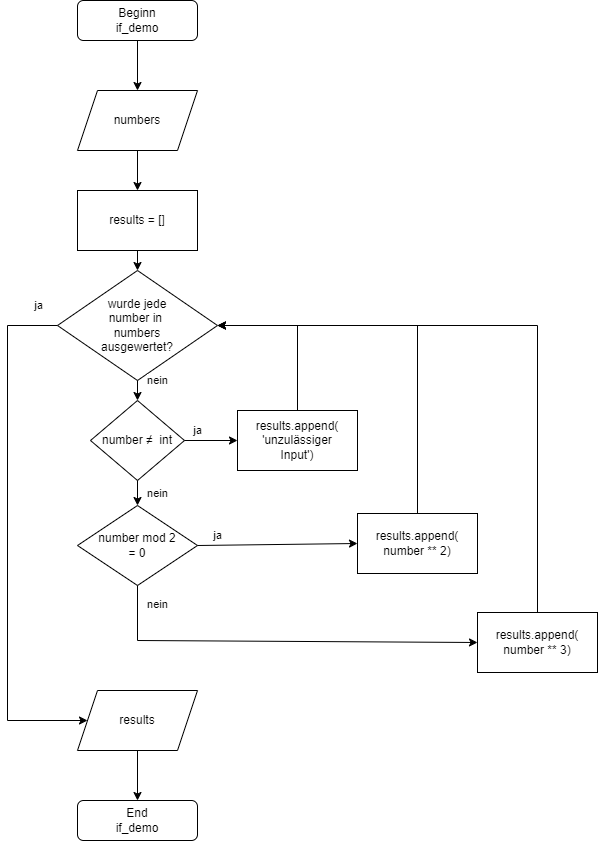
Above: docs/Flow_Chart.png in Jacques-Mock-Schindler/Studienleistung1 (draw.io), before the change. Source tidied: cells renumbered, new cells last; positions are measured from the earlier drawing's top-left corner, leaving out a move shared by most shapes. The source it was exported from:
```xml
<mxGraphModel>
  <root>
    <mxCell id="0" />
    <mxCell id="1" parent="0" />
    <mxCell id="2" value="Beginn&lt;br&gt;if_demo" style="rounded=1;whiteSpace=wrap;html=1;fontSize=12;glass=0;strokeWidth=1;shadow=0;" parent="1" vertex="1">
      <mxGeometry x="70" width="120" height="40" as="geometry" />
    </mxCell>
    <mxCell id="3" value="numbers" style="shape=parallelogram;perimeter=parallelogramPerimeter;whiteSpace=wrap;html=1;fixedSize=1;" parent="1" vertex="1">
      <mxGeometry x="70" y="90" width="120" height="60" as="geometry" />
    </mxCell>
    <mxCell id="4" value="results = []" style="rounded=0;whiteSpace=wrap;html=1;" parent="1" vertex="1">
      <mxGeometry x="70" y="190" width="120" height="60" as="geometry" />
    </mxCell>
    <mxCell id="5" value="number&amp;nbsp;≠ &amp;nbsp;int" style="rhombus;whiteSpace=wrap;html=1;" parent="1" vertex="1">
      <mxGeometry x="83" y="400" width="94" height="80" as="geometry" />
    </mxCell>
    <mxCell id="6" value="number mod 2&lt;br&gt;= 0" style="rhombus;whiteSpace=wrap;html=1;" parent="1" vertex="1">
      <mxGeometry x="70" y="505" width="120" height="80" as="geometry" />
    </mxCell>
    <mxCell id="7" value="results.append(&lt;br&gt;number ** 2)" style="rounded=0;whiteSpace=wrap;html=1;" parent="1" vertex="1">
      <mxGeometry x="350" y="513" width="120" height="60" as="geometry" />
    </mxCell>
    <mxCell id="8" value="results.append(&lt;br&gt;number ** 3)" style="rounded=0;whiteSpace=wrap;html=1;" parent="1" vertex="1">
      <mxGeometry x="470" y="612" width="120" height="60" as="geometry" />
    </mxCell>
    <mxCell id="9" value="wurde jede&lt;br&gt;number in&amp;nbsp;&lt;br&gt;numbers&lt;br&gt;ausgewertet?" style="rhombus;whiteSpace=wrap;html=1;" parent="1" vertex="1">
      <mxGeometry x="50" y="270" width="160" height="110" as="geometry" />
    </mxCell>
    <mxCell id="10" value="results" style="shape=parallelogram;perimeter=parallelogramPerimeter;whiteSpace=wrap;html=1;fixedSize=1;" parent="1" vertex="1">
      <mxGeometry x="70" y="690" width="120" height="60" as="geometry" />
    </mxCell>
    <mxCell id="11" value="End&lt;br&gt;if_demo" style="rounded=1;whiteSpace=wrap;html=1;fontSize=12;glass=0;strokeWidth=1;shadow=0;" parent="1" vertex="1">
      <mxGeometry x="70" y="800" width="120" height="40" as="geometry" />
    </mxCell>
    <mxCell id="12" style="endArrow=classic;html=1;rounded=0;exitX=0.5;exitY=1;exitDx=0;exitDy=0;entryX=0.5;entryY=0;entryDx=0;entryDy=0;" parent="1" edge="1" source="2" target="3">
      <mxGeometry relative="1" as="geometry" />
    </mxCell>
    <mxCell id="13" style="endArrow=classic;html=1;rounded=0;entryX=0.5;entryY=0;entryDx=0;entryDy=0;exitX=0.5;exitY=1;exitDx=0;exitDy=0;" parent="1" edge="1" source="3" target="4">
      <mxGeometry relative="1" as="geometry" />
    </mxCell>
    <mxCell id="14" style="endArrow=classic;html=1;rounded=0;exitX=0.5;exitY=1;exitDx=0;exitDy=0;entryX=0.5;entryY=0;entryDx=0;entryDy=0;" parent="1" edge="1" source="4" target="9">
      <mxGeometry relative="1" as="geometry" />
    </mxCell>
    <mxCell id="15" value="nein" style="endArrow=classic;html=1;rounded=0;exitX=0.5;exitY=1;exitDx=0;exitDy=0;entryX=0.5;entryY=0;entryDx=0;entryDy=0;" parent="1" edge="1" source="9" target="5">
      <mxGeometry x="-1" y="20" relative="1" as="geometry" />
    </mxCell>
    <mxCell id="16" value="nein" style="endArrow=classic;html=1;rounded=0;exitX=0.5;exitY=1;exitDx=0;exitDy=0;entryX=0.5;entryY=0;entryDx=0;entryDy=0;" parent="1" edge="1" source="5" target="6">
      <mxGeometry y="20" relative="1" as="geometry" />
    </mxCell>
    <mxCell id="17" value="nein" style="endArrow=classic;html=1;rounded=0;exitX=0.5;exitY=1;exitDx=0;exitDy=0;entryX=0;entryY=0.5;entryDx=0;entryDy=0;" parent="1" edge="1" source="6" target="8">
      <mxGeometry x="-0.9" y="20" relative="1" as="geometry">
        <Array as="points">
          <mxPoint x="130" y="640" />
        </Array>
      </mxGeometry>
    </mxCell>
    <mxCell id="18" style="endArrow=classic;html=1;rounded=0;exitX=0.5;exitY=1;exitDx=0;exitDy=0;entryX=0.5;entryY=0;entryDx=0;entryDy=0;" parent="1" edge="1" source="10" target="11">
      <mxGeometry relative="1" as="geometry" />
    </mxCell>
    <mxCell id="19" value="results.append(&lt;br&gt;'unzulässiger&lt;br&gt;Input')" style="rounded=0;whiteSpace=wrap;html=1;" parent="1" vertex="1">
      <mxGeometry x="230" y="410" width="120" height="60" as="geometry" />
    </mxCell>
    <mxCell id="20" value="ja" style="endArrow=classic;html=1;rounded=0;exitX=1;exitY=0.5;exitDx=0;exitDy=0;entryX=0;entryY=0.5;entryDx=0;entryDy=0;" parent="1" edge="1" source="5" target="19">
      <mxGeometry x="-0.51" y="10" relative="1" as="geometry" />
    </mxCell>
    <mxCell id="21" value="ja" style="endArrow=classic;html=1;rounded=0;exitX=1;exitY=0.5;exitDx=0;exitDy=0;entryX=0;entryY=0.5;entryDx=0;entryDy=0;" parent="1" edge="1" source="6" target="7">
      <mxGeometry x="-0.75" y="10" relative="1" as="geometry" />
    </mxCell>
    <mxCell id="22" style="endArrow=classic;html=1;rounded=0;exitX=0.5;exitY=0;exitDx=0;exitDy=0;entryX=1;entryY=0.5;entryDx=0;entryDy=0;" parent="1" edge="1" source="19" target="9">
      <mxGeometry relative="1" as="geometry">
        <Array as="points">
          <mxPoint x="290" y="325" />
        </Array>
      </mxGeometry>
    </mxCell>
    <mxCell id="23" style="endArrow=classic;html=1;rounded=0;exitX=0.5;exitY=0;exitDx=0;exitDy=0;entryX=1;entryY=0.5;entryDx=0;entryDy=0;" parent="1" edge="1" source="7" target="9">
      <mxGeometry relative="1" as="geometry">
        <Array as="points">
          <mxPoint x="410" y="325" />
        </Array>
      </mxGeometry>
    </mxCell>
    <mxCell id="24" value="ja" style="endArrow=classic;html=1;rounded=0;entryX=0;entryY=0.5;entryDx=0;entryDy=0;exitX=0;exitY=0.5;exitDx=0;exitDy=0;" parent="1" edge="1" source="9" target="10">
      <mxGeometry x="-0.93" y="-20" relative="1" as="geometry">
        <Array as="points">
          <mxPoint y="325" />
          <mxPoint y="720" />
        </Array>
      </mxGeometry>
    </mxCell>
    <mxCell id="25" style="endArrow=classic;html=1;rounded=0;exitX=0.5;exitY=0;exitDx=0;exitDy=0;entryX=1;entryY=0.5;entryDx=0;entryDy=0;" parent="1" edge="1" source="8" target="9">
      <mxGeometry relative="1" as="geometry">
        <Array as="points">
          <mxPoint x="530" y="325" />
        </Array>
      </mxGeometry>
    </mxCell>
  </root>
</mxGraphModel>
```
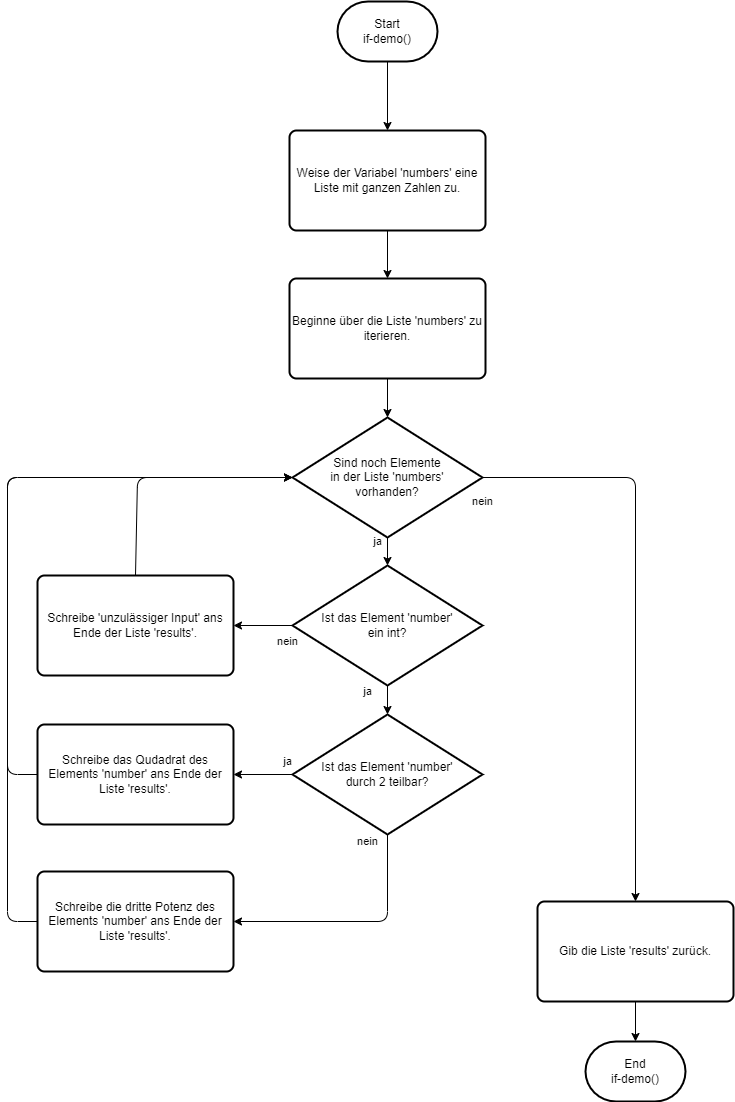
The same diagram one commit later.

What changed in the source:
```diff
@@ -1,99 +1,100 @@
 <mxGraphModel>
   <root>
-    <mxCell id="0" />
-    <mxCell id="1" parent="0" />
-    <mxCell id="2" value="Beginn&lt;br&gt;if_demo" style="rounded=1;whiteSpace=wrap;html=1;fontSize=12;glass=0;strokeWidth=1;shadow=0;" parent="1" vertex="1">
-      <mxGeometry x="70" width="120" height="40" as="geometry" />
-    </mxCell>
-    <mxCell id="3" value="numbers" style="shape=parallelogram;perimeter=parallelogramPerimeter;whiteSpace=wrap;html=1;fixedSize=1;" parent="1" vertex="1">
-      <mxGeometry x="70" y="90" width="120" height="60" as="geometry" />
-    </mxCell>
-    <mxCell id="4" value="results = []" style="rounded=0;whiteSpace=wrap;html=1;" parent="1" vertex="1">
-      <mxGeometry x="70" y="190" width="120" height="60" as="geometry" />
-    </mxCell>
-    <mxCell id="5" value="number&amp;nbsp;≠ &amp;nbsp;int" style="rhombus;whiteSpace=wrap;html=1;" parent="1" vertex="1">
-      <mxGeometry x="83" y="400" width="94" height="80" as="geometry" />
-    </mxCell>
-    <mxCell id="6" value="number mod 2&lt;br&gt;= 0" style="rhombus;whiteSpace=wrap;html=1;" parent="1" vertex="1">
-      <mxGeometry x="70" y="505" width="120" height="80" as="geometry" />
-    </mxCell>
-    <mxCell id="7" value="results.append(&lt;br&gt;number ** 2)" style="rounded=0;whiteSpace=wrap;html=1;" parent="1" vertex="1">
-      <mxGeometry x="350" y="513" width="120" height="60" as="geometry" />
-    </mxCell>
-    <mxCell id="8" value="results.append(&lt;br&gt;number ** 3)" style="rounded=0;whiteSpace=wrap;html=1;" parent="1" vertex="1">
-      <mxGeometry x="470" y="612" width="120" height="60" as="geometry" />
-    </mxCell>
-    <mxCell id="9" value="wurde jede&lt;br&gt;number in&amp;nbsp;&lt;br&gt;numbers&lt;br&gt;ausgewertet?" style="rhombus;whiteSpace=wrap;html=1;" parent="1" vertex="1">
-      <mxGeometry x="50" y="270" width="160" height="110" as="geometry" />
-    </mxCell>
-    <mxCell id="10" value="results" style="shape=parallelogram;perimeter=parallelogramPerimeter;whiteSpace=wrap;html=1;fixedSize=1;" parent="1" vertex="1">
-      <mxGeometry x="70" y="690" width="120" height="60" as="geometry" />
-    </mxCell>
-    <mxCell id="11" value="End&lt;br&gt;if_demo" style="rounded=1;whiteSpace=wrap;html=1;fontSize=12;glass=0;strokeWidth=1;shadow=0;" parent="1" vertex="1">
-      <mxGeometry x="70" y="800" width="120" height="40" as="geometry" />
-    </mxCell>
-    <mxCell id="12" style="endArrow=classic;html=1;rounded=0;exitX=0.5;exitY=1;exitDx=0;exitDy=0;entryX=0.5;entryY=0;entryDx=0;entryDy=0;" parent="1" edge="1" source="2" target="3">
-      <mxGeometry relative="1" as="geometry" />
-    </mxCell>
-    <mxCell id="13" style="endArrow=classic;html=1;rounded=0;entryX=0.5;entryY=0;entryDx=0;entryDy=0;exitX=0.5;exitY=1;exitDx=0;exitDy=0;" parent="1" edge="1" source="3" target="4">
-      <mxGeometry relative="1" as="geometry" />
-    </mxCell>
-    <mxCell id="14" style="endArrow=classic;html=1;rounded=0;exitX=0.5;exitY=1;exitDx=0;exitDy=0;entryX=0.5;entryY=0;entryDx=0;entryDy=0;" parent="1" edge="1" source="4" target="9">
-      <mxGeometry relative="1" as="geometry" />
-    </mxCell>
-    <mxCell id="15" value="nein" style="endArrow=classic;html=1;rounded=0;exitX=0.5;exitY=1;exitDx=0;exitDy=0;entryX=0.5;entryY=0;entryDx=0;entryDy=0;" parent="1" edge="1" source="9" target="5">
-      <mxGeometry x="-1" y="20" relative="1" as="geometry" />
-    </mxCell>
-    <mxCell id="16" value="nein" style="endArrow=classic;html=1;rounded=0;exitX=0.5;exitY=1;exitDx=0;exitDy=0;entryX=0.5;entryY=0;entryDx=0;entryDy=0;" parent="1" edge="1" source="5" target="6">
-      <mxGeometry y="20" relative="1" as="geometry" />
-    </mxCell>
-    <mxCell id="17" value="nein" style="endArrow=classic;html=1;rounded=0;exitX=0.5;exitY=1;exitDx=0;exitDy=0;entryX=0;entryY=0.5;entryDx=0;entryDy=0;" parent="1" edge="1" source="6" target="8">
-      <mxGeometry x="-0.9" y="20" relative="1" as="geometry">
-        <Array as="points">
-          <mxPoint x="130" y="640" />
-        </Array>
-      </mxGeometry>
-    </mxCell>
-    <mxCell id="18" style="endArrow=classic;html=1;rounded=0;exitX=0.5;exitY=1;exitDx=0;exitDy=0;entryX=0.5;entryY=0;entryDx=0;entryDy=0;" parent="1" edge="1" source="10" target="11">
-      <mxGeometry relative="1" as="geometry" />
-    </mxCell>
-    <mxCell id="19" value="results.append(&lt;br&gt;'unzulässiger&lt;br&gt;Input')" style="rounded=0;whiteSpace=wrap;html=1;" parent="1" vertex="1">
-      <mxGeometry x="230" y="410" width="120" height="60" as="geometry" />
-    </mxCell>
-    <mxCell id="20" value="ja" style="endArrow=classic;html=1;rounded=0;exitX=1;exitY=0.5;exitDx=0;exitDy=0;entryX=0;entryY=0.5;entryDx=0;entryDy=0;" parent="1" edge="1" source="5" target="19">
-      <mxGeometry x="-0.51" y="10" relative="1" as="geometry" />
-    </mxCell>
-    <mxCell id="21" value="ja" style="endArrow=classic;html=1;rounded=0;exitX=1;exitY=0.5;exitDx=0;exitDy=0;entryX=0;entryY=0.5;entryDx=0;entryDy=0;" parent="1" edge="1" source="6" target="7">
-      <mxGeometry x="-0.75" y="10" relative="1" as="geometry" />
-    </mxCell>
-    <mxCell id="22" style="endArrow=classic;html=1;rounded=0;exitX=0.5;exitY=0;exitDx=0;exitDy=0;entryX=1;entryY=0.5;entryDx=0;entryDy=0;" parent="1" edge="1" source="19" target="9">
-      <mxGeometry relative="1" as="geometry">
-        <Array as="points">
-          <mxPoint x="290" y="325" />
-        </Array>
-      </mxGeometry>
-    </mxCell>
-    <mxCell id="23" style="endArrow=classic;html=1;rounded=0;exitX=0.5;exitY=0;exitDx=0;exitDy=0;entryX=1;entryY=0.5;entryDx=0;entryDy=0;" parent="1" edge="1" source="7" target="9">
-      <mxGeometry relative="1" as="geometry">
-        <Array as="points">
-          <mxPoint x="410" y="325" />
-        </Array>
-      </mxGeometry>
-    </mxCell>
-    <mxCell id="24" value="ja" style="endArrow=classic;html=1;rounded=0;entryX=0;entryY=0.5;entryDx=0;entryDy=0;exitX=0;exitY=0.5;exitDx=0;exitDy=0;" parent="1" edge="1" source="9" target="10">
-      <mxGeometry x="-0.93" y="-20" relative="1" as="geometry">
-        <Array as="points">
-          <mxPoint y="325" />
-          <mxPoint y="720" />
-        </Array>
-      </mxGeometry>
-    </mxCell>
-    <mxCell id="25" style="endArrow=classic;html=1;rounded=0;exitX=0.5;exitY=0;exitDx=0;exitDy=0;entryX=1;entryY=0.5;entryDx=0;entryDy=0;" parent="1" edge="1" source="8" target="9">
-      <mxGeometry relative="1" as="geometry">
-        <Array as="points">
-          <mxPoint x="530" y="325" />
-        </Array>
-      </mxGeometry>
-    </mxCell>
+    <mxCell id="26" />
+    <mxCell id="27" parent="26" />
+    <mxCell id="28" value="Start&lt;br&gt;if-demo()" style="strokeWidth=2;html=1;shape=mxgraph.flowchart.terminator;whiteSpace=wrap;" parent="27" vertex="1">
+      <mxGeometry x="260" y="-30" width="100" height="60" as="geometry" />
+    </mxCell>
+    <mxCell id="29" value="Weise der Variabel 'numbers' eine Liste mit ganzen Zahlen zu." style="rounded=1;whiteSpace=wrap;html=1;absoluteArcSize=1;arcSize=14;strokeWidth=2;" parent="27" vertex="1">
+      <mxGeometry x="212" y="99" width="196" height="100" as="geometry" />
+    </mxCell>
+    <mxCell id="30" value="Beginne über die Liste 'numbers' zu iterieren." style="rounded=1;whiteSpace=wrap;html=1;absoluteArcSize=1;arcSize=14;strokeWidth=2;" parent="27" vertex="1">
+      <mxGeometry x="212" y="247" width="196" height="100" as="geometry" />
+    </mxCell>
+    <mxCell id="31" value="Sind noch Elemente&lt;br&gt;in der Liste 'numbers'&lt;br&gt;vorhanden?" style="strokeWidth=2;html=1;shape=mxgraph.flowchart.decision;whiteSpace=wrap;" parent="27" vertex="1">
+      <mxGeometry x="215" y="386" width="190" height="120" as="geometry" />
+    </mxCell>
+    <mxCell id="32" value="Ist das Element 'number'&lt;br&gt;ein int?" style="strokeWidth=2;html=1;shape=mxgraph.flowchart.decision;whiteSpace=wrap;" parent="27" vertex="1">
+      <mxGeometry x="215" y="534" width="190" height="120" as="geometry" />
+    </mxCell>
+    <mxCell id="33" value="Schreibe 'unzulässiger Input' ans Ende der Liste 'results'." style="rounded=1;whiteSpace=wrap;html=1;absoluteArcSize=1;arcSize=14;strokeWidth=2;" parent="27" vertex="1">
+      <mxGeometry x="-40" y="544" width="196" height="100" as="geometry" />
+    </mxCell>
+    <mxCell id="34" value="Ist das Element 'number'&lt;br&gt;durch 2 teilbar?" style="strokeWidth=2;html=1;shape=mxgraph.flowchart.decision;whiteSpace=wrap;" parent="27" vertex="1">
+      <mxGeometry x="215" y="683" width="190" height="120" as="geometry" />
+    </mxCell>
+    <mxCell id="35" value="Schreibe das Qudadrat des Elements 'number' ans Ende der Liste 'results'." style="rounded=1;whiteSpace=wrap;html=1;absoluteArcSize=1;arcSize=14;strokeWidth=2;" parent="27" vertex="1">
+      <mxGeometry x="-40" y="693" width="196" height="100" as="geometry" />
+    </mxCell>
+    <mxCell id="36" value="Schreibe die dritte Potenz des Elements 'number' ans Ende der Liste 'results'." style="rounded=1;whiteSpace=wrap;html=1;absoluteArcSize=1;arcSize=14;strokeWidth=2;" parent="27" vertex="1">
+      <mxGeometry x="-40" y="840" width="196" height="100" as="geometry" />
+    </mxCell>
+    <mxCell id="37" value="Gib die Liste 'results' zurück." style="rounded=1;whiteSpace=wrap;html=1;absoluteArcSize=1;arcSize=14;strokeWidth=2;" parent="27" vertex="1">
+      <mxGeometry x="460" y="870" width="196" height="100" as="geometry" />
+    </mxCell>
+    <mxCell id="38" value="End&lt;br&gt;if-demo()" style="strokeWidth=2;html=1;shape=mxgraph.flowchart.terminator;whiteSpace=wrap;" parent="27" vertex="1">
+      <mxGeometry x="508" y="1010" width="100" height="60" as="geometry" />
+    </mxCell>
+    <mxCell id="39" style="endArrow=classic;html=1;exitX=0.5;exitY=1;exitDx=0;exitDy=0;exitPerimeter=0;entryX=0.5;entryY=0;entryDx=0;entryDy=0;" parent="27" edge="1" source="28" target="29">
+      <mxGeometry relative="1" as="geometry" />
+    </mxCell>
+    <mxCell id="40" style="endArrow=classic;html=1;exitX=0.5;exitY=1;exitDx=0;exitDy=0;entryX=0.5;entryY=0;entryDx=0;entryDy=0;" parent="27" edge="1" source="29" target="30">
+      <mxGeometry relative="1" as="geometry" />
+    </mxCell>
+    <mxCell id="41" style="endArrow=classic;html=1;exitX=0.5;exitY=1;exitDx=0;exitDy=0;entryX=0.5;entryY=0;entryDx=0;entryDy=0;entryPerimeter=0;" parent="27" edge="1" source="30" target="31">
+      <mxGeometry relative="1" as="geometry" />
+    </mxCell>
+    <mxCell id="42" value="ja" style="endArrow=classic;html=1;exitX=0.5;exitY=1;exitDx=0;exitDy=0;exitPerimeter=0;entryX=0.5;entryY=0;entryDx=0;entryDy=0;entryPerimeter=0;" parent="27" edge="1" source="31" target="32">
+      <mxGeometry x="-0.71" y="-10" relative="1" as="geometry" />
+    </mxCell>
+    <mxCell id="43" value="nein" style="endArrow=classic;html=1;exitX=0;exitY=0.5;exitDx=0;exitDy=0;exitPerimeter=0;entryX=1;entryY=0.5;entryDx=0;entryDy=0;" parent="27" edge="1" source="32" target="33">
+      <mxGeometry x="-0.83" y="16" relative="1" as="geometry" />
+    </mxCell>
+    <mxCell id="44" value="ja" style="endArrow=classic;html=1;exitX=0.5;exitY=1;exitDx=0;exitDy=0;exitPerimeter=0;entryX=0.5;entryY=0;entryDx=0;entryDy=0;entryPerimeter=0;" parent="27" edge="1" source="32" target="34">
+      <mxGeometry x="-0.59" y="-20" relative="1" as="geometry" />
+    </mxCell>
+    <mxCell id="45" value="ja" style="endArrow=classic;html=1;exitX=0;exitY=0.5;exitDx=0;exitDy=0;exitPerimeter=0;entryX=1;entryY=0.5;entryDx=0;entryDy=0;" parent="27" edge="1" source="34" target="35">
+      <mxGeometry x="-0.83" y="-13" relative="1" as="geometry" />
+    </mxCell>
+    <mxCell id="46" style="endArrow=classic;html=1;exitX=0.5;exitY=1;exitDx=0;exitDy=0;entryX=0.5;entryY=0;entryDx=0;entryDy=0;entryPerimeter=0;" parent="27" edge="1" source="37" target="38">
+      <mxGeometry relative="1" as="geometry" />
+    </mxCell>
+    <mxCell id="47" style="endArrow=classic;html=1;exitX=0;exitY=0.5;exitDx=0;exitDy=0;entryX=0;entryY=0.5;entryDx=0;entryDy=0;entryPerimeter=0;" parent="27" edge="1" source="35" target="31">
+      <mxGeometry relative="1" as="geometry">
+        <Array as="points">
+          <mxPoint x="-70" y="743" />
+          <mxPoint x="-70" y="446" />
+        </Array>
+      </mxGeometry>
+    </mxCell>
+    <mxCell id="48" style="endArrow=classic;html=1;exitX=0.5;exitY=0;exitDx=0;exitDy=0;entryX=0;entryY=0.5;entryDx=0;entryDy=0;entryPerimeter=0;" parent="27" edge="1" source="33" target="31">
+      <mxGeometry relative="1" as="geometry">
+        <Array as="points">
+          <mxPoint x="60" y="446" />
+        </Array>
+      </mxGeometry>
+    </mxCell>
+    <mxCell id="49" style="endArrow=classic;html=1;exitX=0;exitY=0.5;exitDx=0;exitDy=0;entryX=0;entryY=0.5;entryDx=0;entryDy=0;entryPerimeter=0;" parent="27" edge="1" source="36" target="31">
+      <mxGeometry relative="1" as="geometry">
+        <Array as="points">
+          <mxPoint x="-70" y="890" />
+          <mxPoint x="-70" y="446" />
+        </Array>
+      </mxGeometry>
+    </mxCell>
+    <mxCell id="50" value="nein" style="endArrow=classic;html=1;exitX=0.5;exitY=1;exitDx=0;exitDy=0;exitPerimeter=0;entryX=1;entryY=0.5;entryDx=0;entryDy=0;" parent="27" edge="1" source="34" target="36">
+      <mxGeometry x="-0.94" y="-20" relative="1" as="geometry">
+        <Array as="points">
+          <mxPoint x="310" y="890" />
+        </Array>
+      </mxGeometry>
+    </mxCell>
+    <mxCell id="51" value="nein" style="endArrow=classic;html=1;exitX=1;exitY=0.5;exitDx=0;exitDy=0;exitPerimeter=0;entryX=0.5;entryY=0;entryDx=0;entryDy=0;" parent="27" edge="1" source="31" target="37">
+      <mxGeometry x="-1" y="-24" relative="1" as="geometry">
+        <Array as="points">
+          <mxPoint x="558" y="446" />
+        </Array>
+      </mxGeometry>
+    </mxCell>
   </root>
 </mxGraphModel>
```
